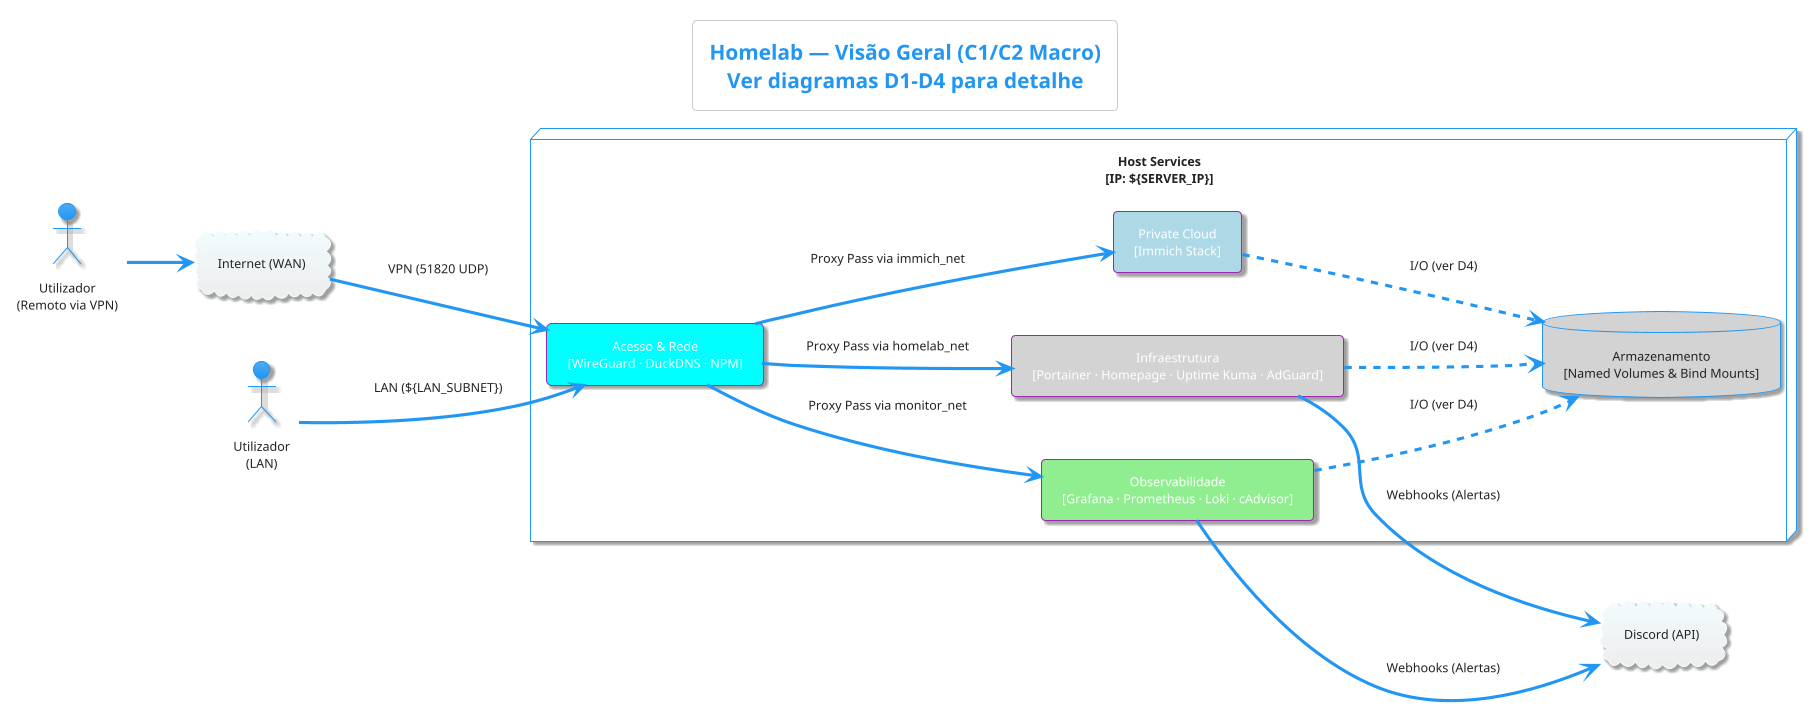
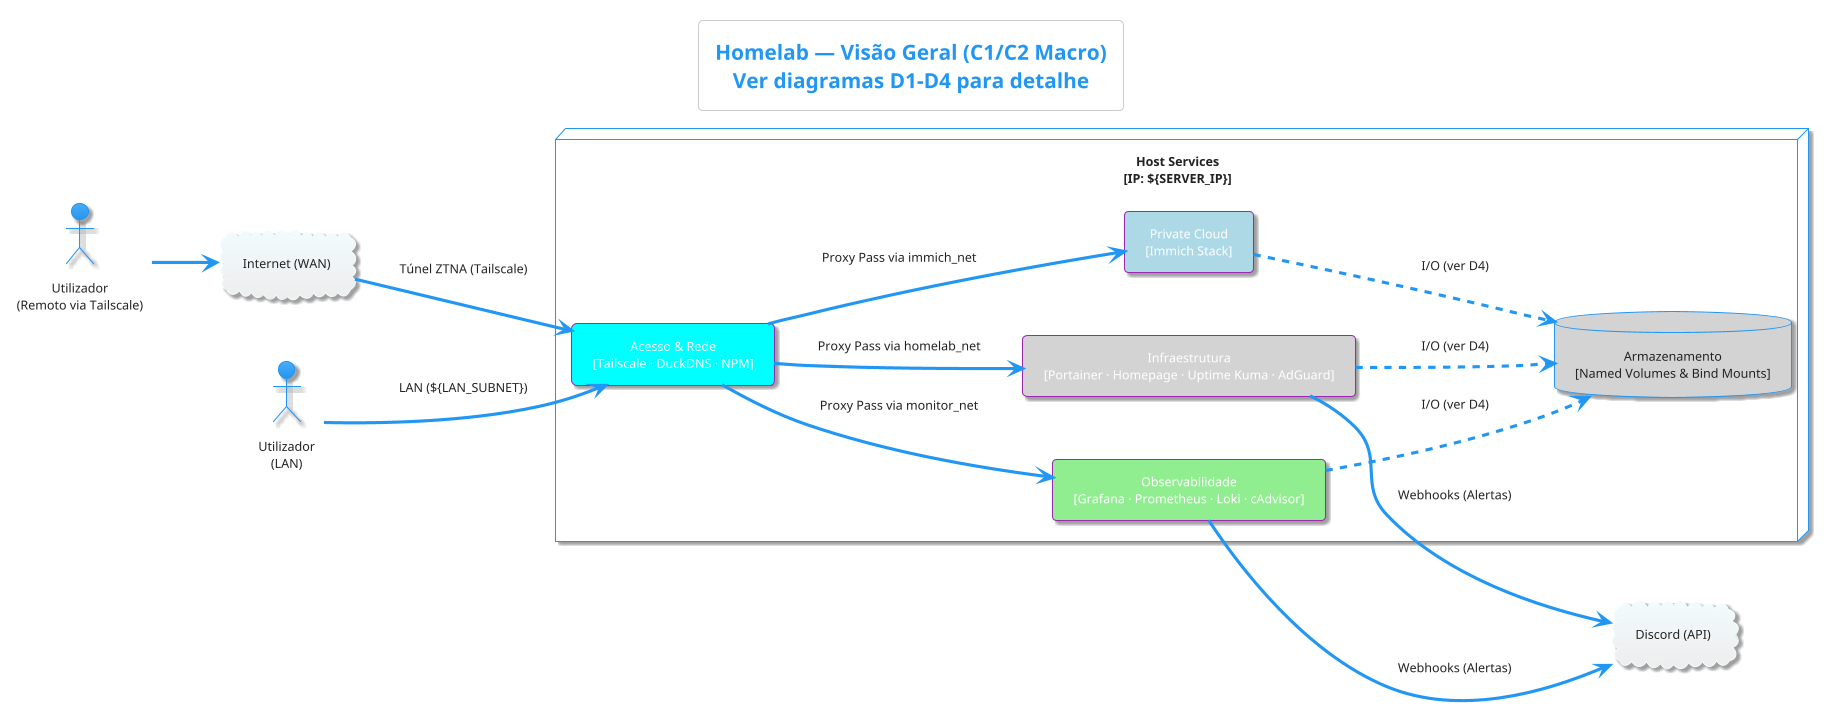
@startuml D0_Overview
!theme materia
title Homelab — Visão Geral (C1/C2 Macro)\nVer diagramas D1–D4 para detalhe

left to right direction
skinparam defaultTextAlignment center
skinparam nodesep 60
skinparam ranksep 60

- actor "Utilizador\n(Remoto via VPN)" as user_vpn
+ actor "Utilizador\n(Remoto via Tailscale)" as user_vpn
actor "Utilizador\n(LAN)" as user_lan
cloud "Internet (WAN)" as wan
cloud "Discord (API)" as discord

node "Host Services\n[IP: ${SERVER_IP}]" as host {
-     card "Acesso & Rede\n[WireGuard · DuckDNS · NPM]" as net_layer #Cyan
+     card "Acesso & Rede\n[Tailscale · DuckDNS · NPM]" as net_layer #Cyan
    card "Infraestrutura\n[Portainer · Homepage · Uptime Kuma · AdGuard]" as svc_layer #LightGray
    card "Private Cloud\n[Immich Stack]" as immich_layer #LightBlue
    card "Observabilidade\n[Grafana · Prometheus · Loki · cAdvisor]" as obs_layer #LightGreen
    database "Armazenamento\n[Named Volumes & Bind Mounts]" as storage_layer #LightGray
}

user_vpn --> wan
- wan      --> net_layer : "VPN (51820 UDP)"
+ wan      --> net_layer : "Túnel ZTNA (Tailscale)"
user_lan --> net_layer : "LAN (${LAN_SUBNET})"

net_layer   --> svc_layer     : "Proxy Pass via homelab_net"
net_layer   --> immich_layer  : "Proxy Pass via immich_net"
net_layer   --> obs_layer     : "Proxy Pass via monitor_net"

svc_layer   ..> storage_layer : "I/O (ver D4)"
immich_layer ..> storage_layer : "I/O (ver D4)"
obs_layer   ..> storage_layer : "I/O (ver D4)"

obs_layer   --> discord       : "Webhooks (Alertas)"
svc_layer   --> discord       : "Webhooks (Alertas)"

- @enduml
+ @enduml